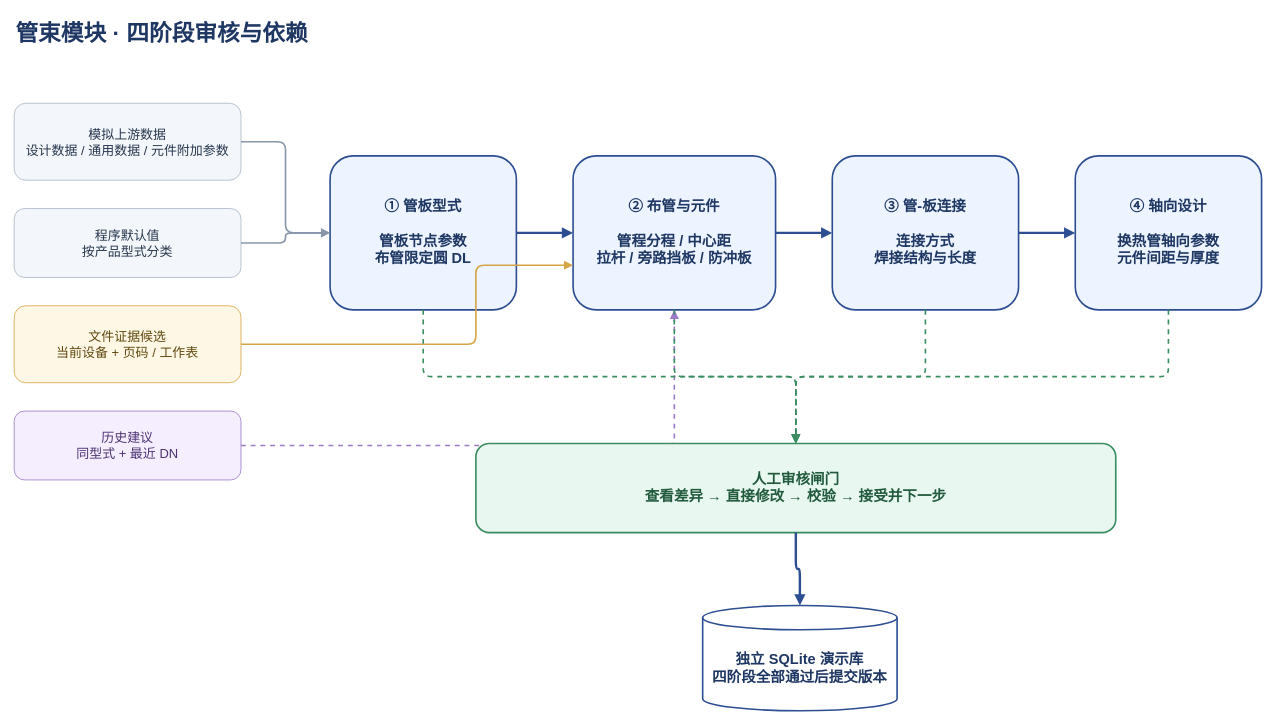
Above: page "2-四阶段数据流" (2 of 3) of docs/管束AI审核流-Pipeline.drawio in coconutwatersysdmg/DongLanpec-Agent-Demo (draw.io), before the change. Source tidied: cells renumbered, new cells numbered last; positions are measured from the earlier drawing's top-left corner, leaving out a move shared by most shapes. Both pictures are drawn from the tidied source at 81%, with x=0, y=0 at pixel (14, 14).
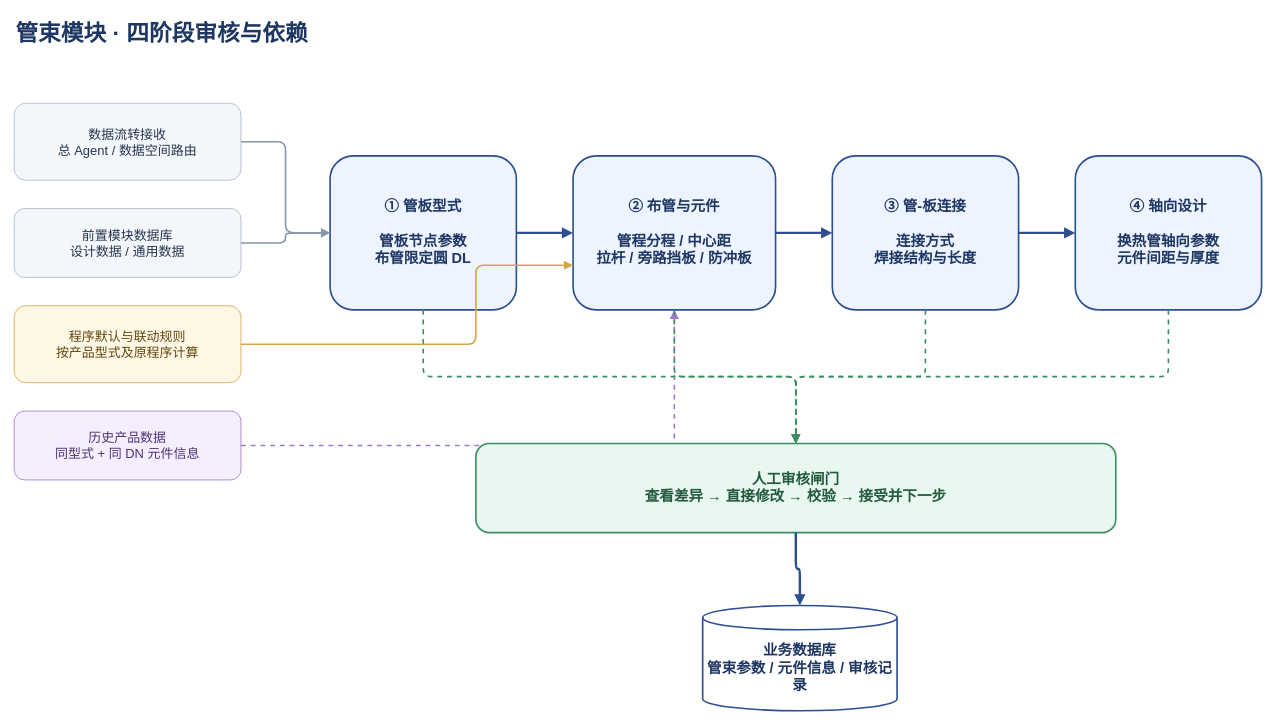
After the change.

Commit message (it also covers changes not shown here):
docs: revise formal tube-bundle agent pipeline

Diff of the diagram source:
```diff
@@
-    <mxCell id="3" value="模拟上游数据&#10;设计数据 / 通用数据 / 元件附加参数" style="rounded=1;whiteSpace=wrap;html=1;fillColor=#F3F6FA;strokeColor=#AAB6C5;fontSize=16;fontColor=#26364D;" parent="1" vertex="1">
+    <mxCell id="3" value="数据流转接收&#10;总 Agent / 数据空间路由" style="rounded=1;whiteSpace=wrap;html=1;fillColor=#F3F6FA;strokeColor=#AAB6C5;fontSize=16;fontColor=#26364D;" parent="1" vertex="1">
       <mxGeometry y="110" width="280" height="95" as="geometry" />
     </mxCell>
-    <mxCell id="4" value="程序默认值&#10;按产品型式分类" style="rounded=1;whiteSpace=wrap;html=1;fillColor=#F3F6FA;strokeColor=#AAB6C5;fontSize=16;fontColor=#26364D;" parent="1" vertex="1">
+    <mxCell id="4" value="前置模块数据库&#10;设计数据 / 通用数据" style="rounded=1;whiteSpace=wrap;html=1;fillColor=#F3F6FA;strokeColor=#AAB6C5;fontSize=16;fontColor=#26364D;" parent="1" vertex="1">
       <mxGeometry y="240" width="280" height="85" as="geometry" />
     </mxCell>
-    <mxCell id="5" value="文件证据候选&#10;当前设备 + 页码 / 工作表" style="rounded=1;whiteSpace=wrap;html=1;fillColor=#FFF7E6;strokeColor=#D6A545;fontSize=16;fontColor=#5F470D;" parent="1" vertex="1">
+    <mxCell id="5" value="程序默认与联动规则&#10;按产品型式及原程序计算" style="rounded=1;whiteSpace=wrap;html=1;fillColor=#FFF7E6;strokeColor=#D6A545;fontSize=16;fontColor=#5F470D;" parent="1" vertex="1">
       <mxGeometry y="360" width="280" height="95" as="geometry" />
     </mxCell>
-    <mxCell id="6" value="历史建议&#10;同型式 + 最近 DN" style="rounded=1;whiteSpace=wrap;html=1;fillColor=#F4EEFF;strokeColor=#9B7AC7;fontSize=16;fontColor=#4D3372;" parent="1" vertex="1">
+    <mxCell id="6" value="历史产品数据&#10;同型式 + 同 DN 元件信息" style="rounded=1;whiteSpace=wrap;html=1;fillColor=#F4EEFF;strokeColor=#9B7AC7;fontSize=16;fontColor=#4D3372;" parent="1" vertex="1">
       <mxGeometry y="490" width="280" height="85" as="geometry" />
     </mxCell>
@@
-    <mxCell id="23" value="独立 SQLite 演示库&#10;四阶段全部通过后提交版本" style="shape=cylinder3;whiteSpace=wrap;html=1;boundedLbl=1;backgroundOutline=1;size=15;fillColor=#FFFFFF;strokeColor=#2D4E91;strokeWidth=2;fontSize=18;fontStyle=1;fontColor=#1F3763;" parent="1" vertex="1">
+    <mxCell id="23" value="业务数据库&#10;管束参数 / 元件信息 / 审核记录" style="shape=cylinder3;whiteSpace=wrap;html=1;boundedLbl=1;backgroundOutline=1;size=15;fillColor=#FFFFFF;strokeColor=#2D4E91;strokeWidth=2;fontSize=18;fontStyle=1;fontColor=#1F3763;" parent="1" vertex="1">
       <mxGeometry x="850" y="730" width="240" height="130" as="geometry" />
     </mxCell>
```
